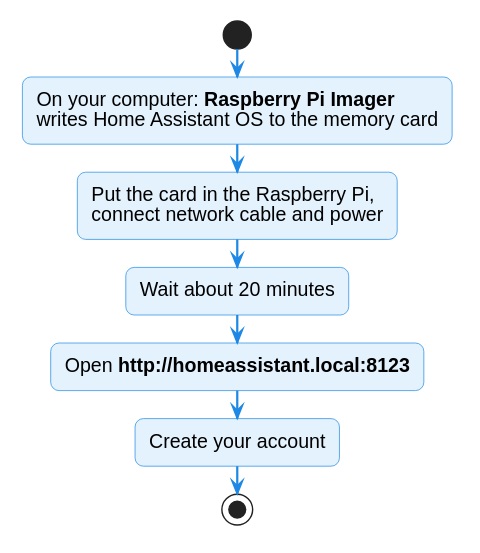
The PlantUML diagram docs/assets/diagrams/install-ha.svg in mcjelcom/ha-audio-control, before a commit. Its source is kept beside it as docs/diagrams/install-ha.puml.
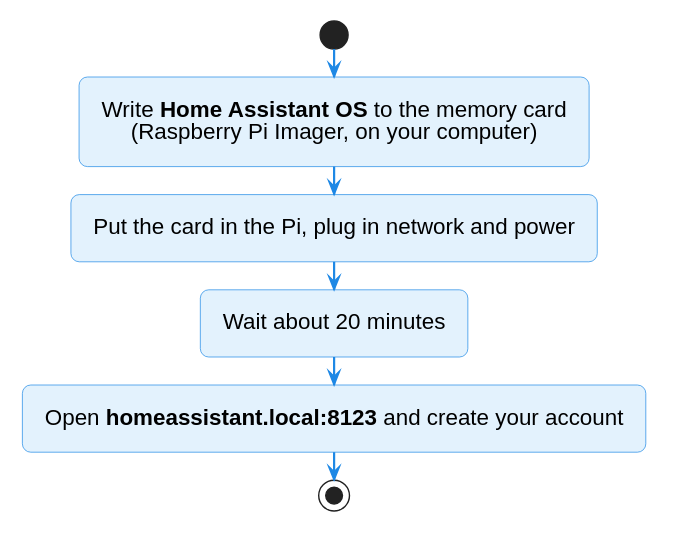
Above is the later version.

The edit, as a diff of the source:
```diff
@@ -1,10 +1,9 @@
 @startuml
 !include _style.iuml
 start
-:On your computer: **Raspberry Pi Imager**\nwrites Home Assistant OS to the memory card;
-:Put the card in the Raspberry Pi,\nconnect network cable and power;
+:Write **Home Assistant OS** to the memory card\n(Raspberry Pi Imager, on your computer);
+:Put the card in the Pi, plug in network and power;
 :Wait about 20 minutes;
-:Open **http://homeassistant.local:8123**;
-:Create your account;
+:Open **homeassistant.local:8123** and create your account;
 stop
 @enduml
```
